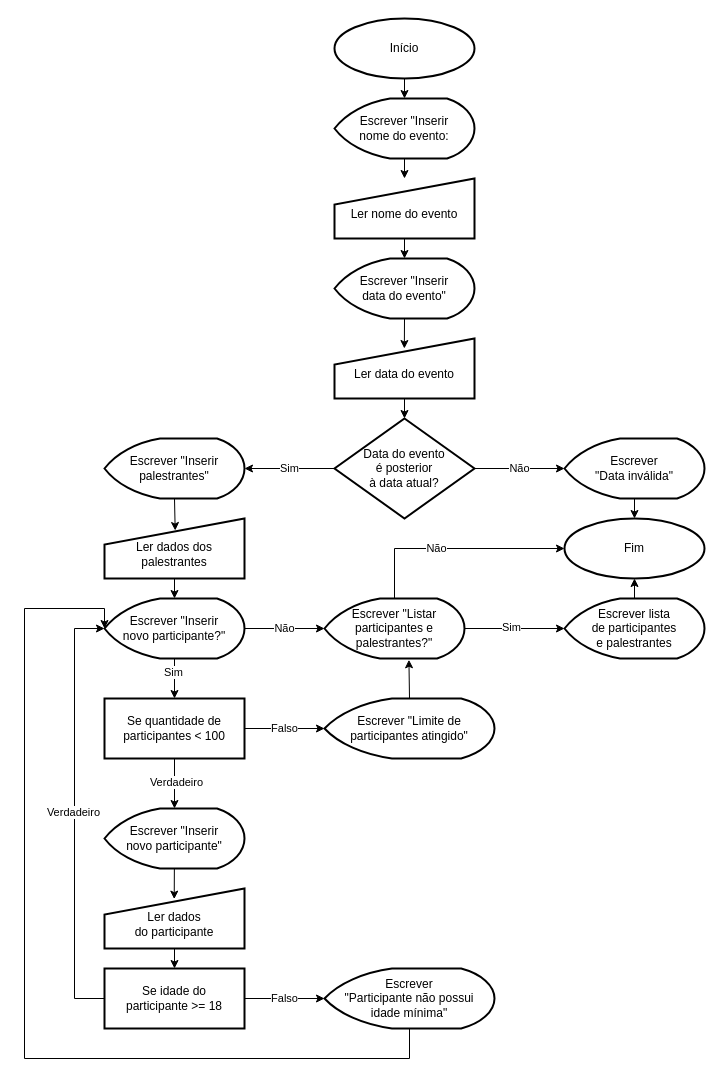
lucasywamoto/UC8_LogicaDeProgramacao keeps this draw.io diagram as Diagrama/UC8_AtividadeOnline1.drawio. Above is the earlier version. Source tidied: cells renumbered, new cells numbered last; positions are measured from the earlier drawing's top-left corner, leaving out a move shared by most shapes. Both pictures are drawn from the tidied source at 100%, with x=0, y=0 at pixel (24, 18).
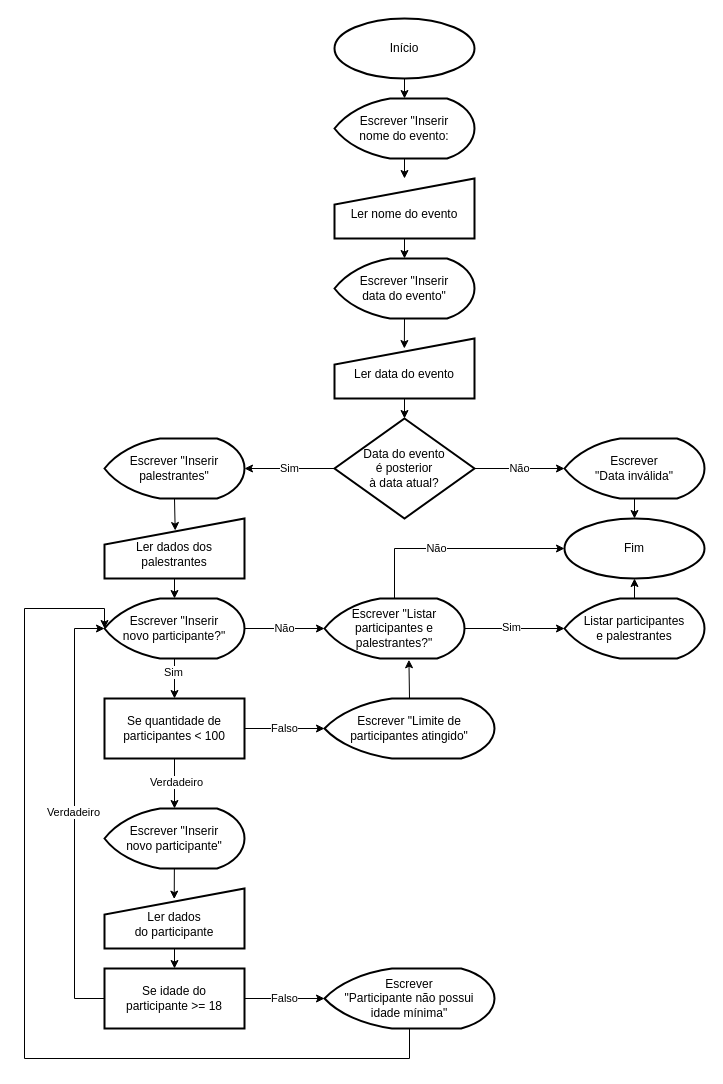
The same page after the edit.

What changed in the source:
```diff
@@
-    <mxCell id="48" value="Escrever lista&lt;br&gt;de participantes&lt;br&gt;e palestrantes" style="strokeWidth=2;html=1;shape=mxgraph.flowchart.display;whiteSpace=wrap;rounded=0;shadow=0;glass=0;sketch=0;spacing=11;" parent="1" vertex="1">
+    <mxCell id="48" value="Listar participantes&lt;br&gt;e palestrantes" style="strokeWidth=2;html=1;shape=mxgraph.flowchart.display;whiteSpace=wrap;rounded=0;shadow=0;glass=0;sketch=0;spacing=11;" parent="1" vertex="1">
       <mxGeometry x="540" y="580" width="140" height="60" as="geometry" />
     </mxCell>
```
